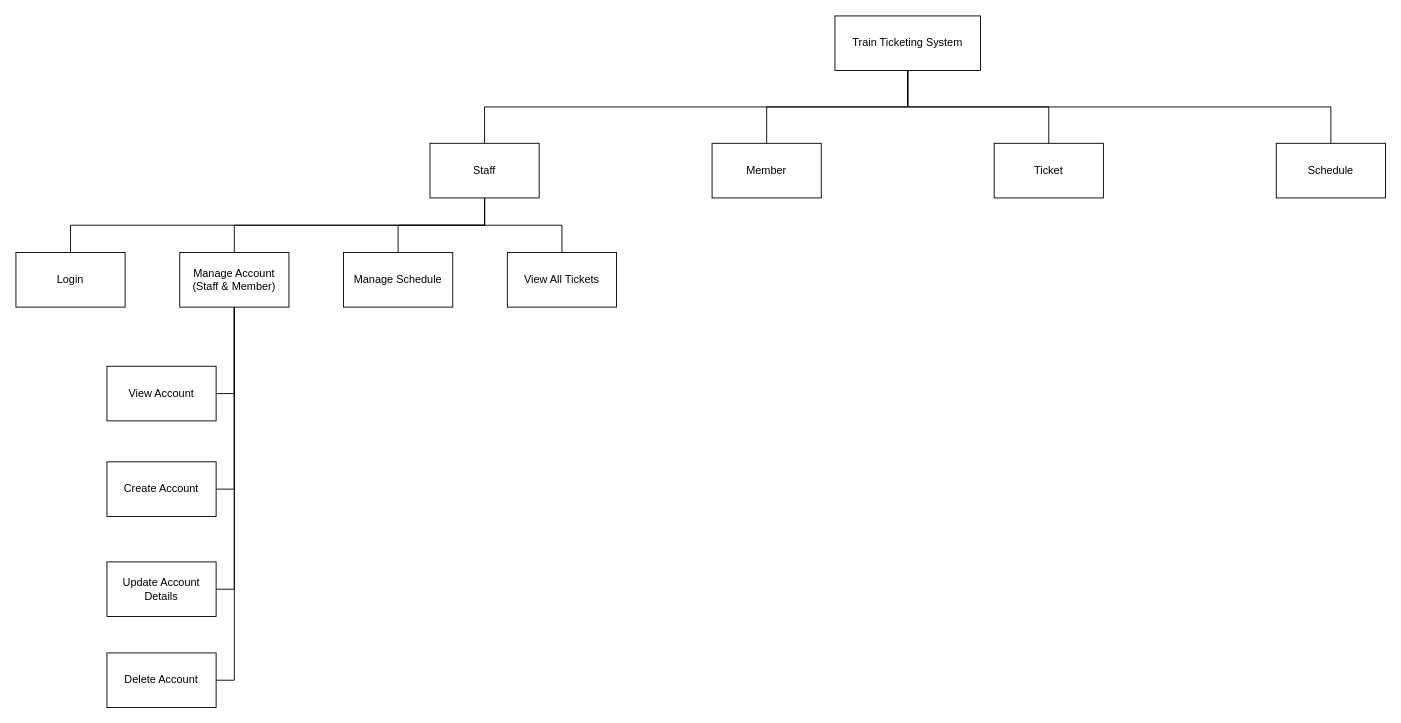
Earlier version of the draw.io diagram diagrams/structure_chart.drawio (Poleric/train-ticketing-system). Source tidied: cells renumbered, new cells numbered last; positions are measured from the earlier drawing's top-left corner, leaving out a move shared by most shapes. Both pictures are drawn from the tidied source at 91%, with x=0, y=0 at pixel (15, 15).
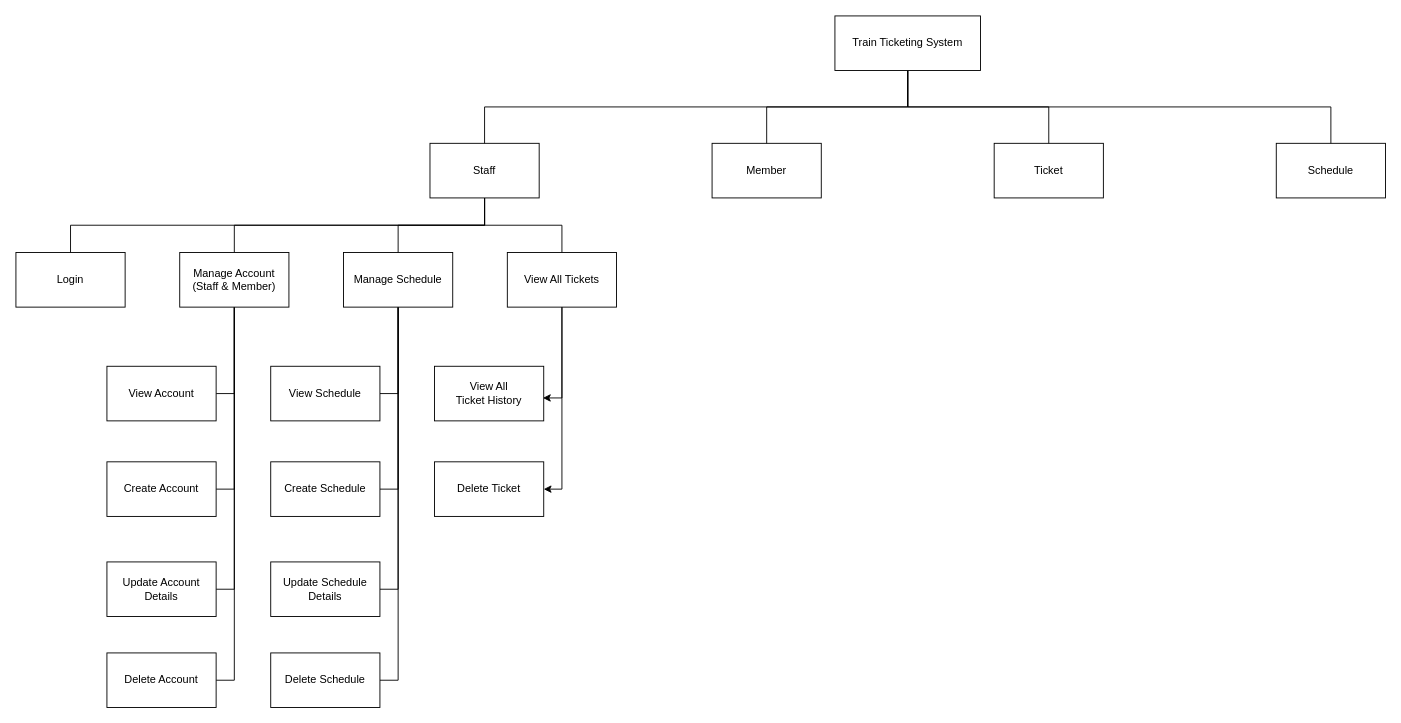
Above is the later version.

Unchanged cells that the change refers to:
```xml
<mxCell id="20" value="Manage Schedule" style="rounded=0;whiteSpace=wrap;html=1;" parent="1" vertex="1">
  <mxGeometry x="360" y="260" width="120" height="60" as="geometry" />
</mxCell>
<mxCell id="21" value="View All Tickets" style="rounded=0;whiteSpace=wrap;html=1;" parent="1" vertex="1">
  <mxGeometry x="540" y="260" width="120" height="60" as="geometry" />
</mxCell>
```

The edit, as a diff of the source:
```diff
@@
+    <mxCell id="27" style="edgeStyle=orthogonalEdgeStyle;rounded=0;jettySize=auto;html=1;exitX=0.5;exitY=1;exitDx=0;exitDy=0;entryX=1;entryY=0.5;entryDx=0;entryDy=0;endArrow=none;endFill=0;" parent="1" edge="1" source="20" target="32">
+      <mxGeometry relative="1" as="geometry" />
+    </mxCell>
+    <mxCell id="28" style="edgeStyle=orthogonalEdgeStyle;rounded=0;jettySize=auto;html=1;exitX=0.5;exitY=1;exitDx=0;exitDy=0;entryX=1;entryY=0.5;entryDx=0;entryDy=0;endArrow=none;endFill=0;" parent="1" edge="1" source="20" target="33">
+      <mxGeometry relative="1" as="geometry" />
+    </mxCell>
+    <mxCell id="29" style="edgeStyle=orthogonalEdgeStyle;rounded=0;jettySize=auto;html=1;exitX=0.5;exitY=1;exitDx=0;exitDy=0;entryX=1;entryY=0.5;entryDx=0;entryDy=0;endArrow=none;endFill=0;" parent="1" edge="1" source="20" target="34">
+      <mxGeometry relative="1" as="geometry" />
+    </mxCell>
+    <mxCell id="30" style="edgeStyle=orthogonalEdgeStyle;rounded=0;jettySize=auto;html=1;exitX=0.5;exitY=1;exitDx=0;exitDy=0;entryX=1;entryY=0.5;entryDx=0;entryDy=0;endArrow=none;endFill=0;" parent="1" edge="1" source="20" target="35">
+      <mxGeometry relative="1" as="geometry" />
+    </mxCell>
@@
+    <mxCell id="31" style="edgeStyle=orthogonalEdgeStyle;rounded=0;jettySize=auto;html=1;exitX=0.5;exitY=1;exitDx=0;exitDy=0;entryX=1;entryY=0.5;entryDx=0;entryDy=0;" parent="1" edge="1" source="21" target="37">
+      <mxGeometry relative="1" as="geometry" />
+    </mxCell>
@@
+    <mxCell id="32" value="View Schedule" style="rounded=0;whiteSpace=wrap;html=1;" parent="1" vertex="1">
+      <mxGeometry x="280" y="385" width="120" height="60" as="geometry" />
+    </mxCell>
+    <mxCell id="33" value="Create Schedule" style="rounded=0;whiteSpace=wrap;html=1;" parent="1" vertex="1">
+      <mxGeometry x="280" y="490" width="120" height="60" as="geometry" />
+    </mxCell>
+    <mxCell id="34" value="Update Schedule Details" style="rounded=0;whiteSpace=wrap;html=1;" parent="1" vertex="1">
+      <mxGeometry x="280" y="600" width="120" height="60" as="geometry" />
+    </mxCell>
+    <mxCell id="35" value="Delete Schedule" style="rounded=0;whiteSpace=wrap;html=1;" parent="1" vertex="1">
+      <mxGeometry x="280" y="700" width="120" height="60" as="geometry" />
+    </mxCell>
+    <mxCell id="36" value="View All&lt;div&gt;Ticket History&lt;/div&gt;" style="rounded=0;whiteSpace=wrap;html=1;" parent="1" vertex="1">
+      <mxGeometry x="460" y="385" width="120" height="60" as="geometry" />
+    </mxCell>
+    <mxCell id="37" value="Delete Ticket" style="rounded=0;whiteSpace=wrap;html=1;" parent="1" vertex="1">
+      <mxGeometry x="460" y="490" width="120" height="60" as="geometry" />
+    </mxCell>
+    <mxCell id="38" style="edgeStyle=orthogonalEdgeStyle;rounded=0;jettySize=auto;html=1;exitX=0.5;exitY=1;exitDx=0;exitDy=0;entryX=0.993;entryY=0.58;entryDx=0;entryDy=0;entryPerimeter=0;" parent="1" edge="1" source="21" target="36">
+      <mxGeometry relative="1" as="geometry" />
+    </mxCell>
```
